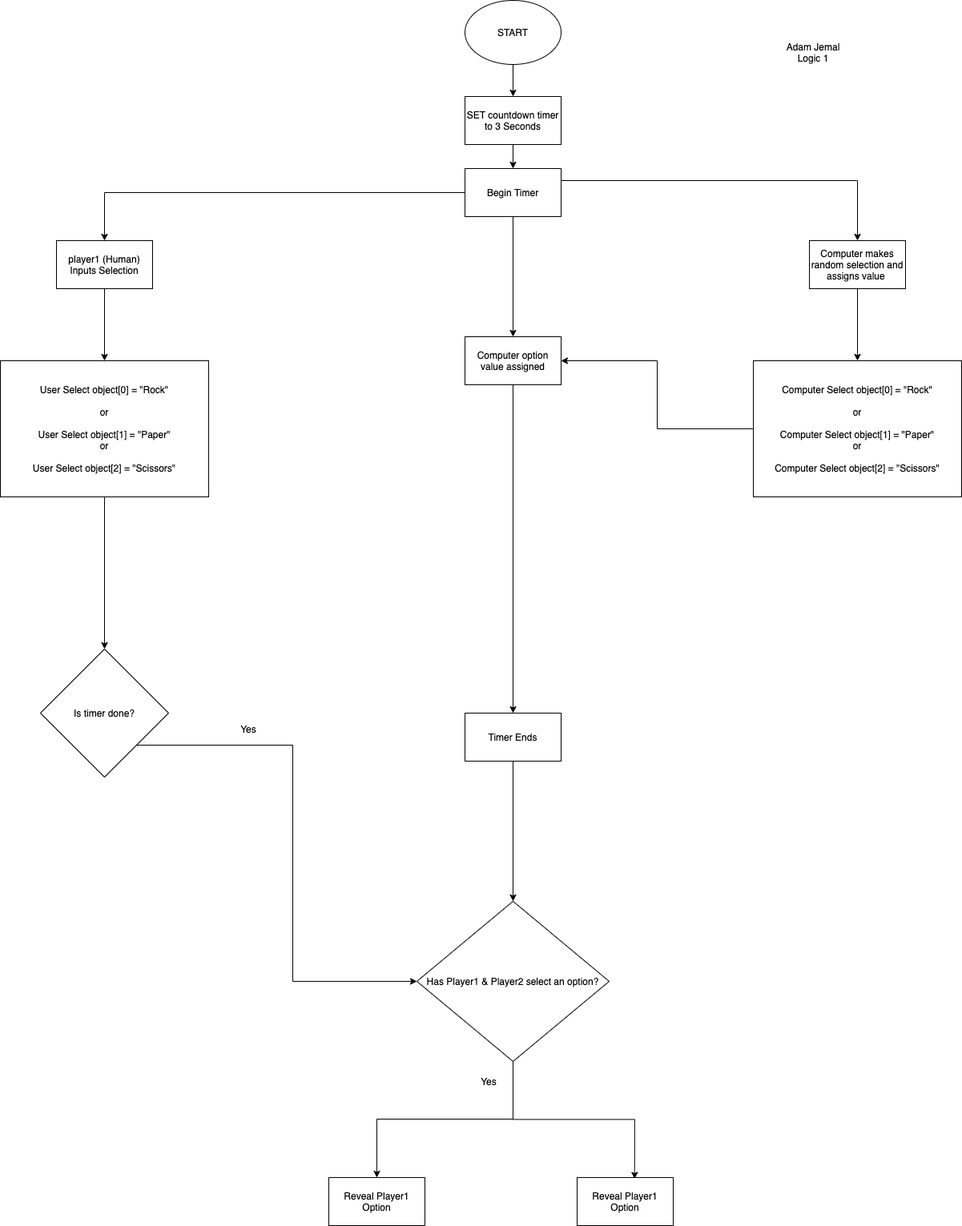
This is rockPaperScissors.png from Adam20058/Rock-Paper-Scissors, a draw.io export, as it was before one commit. Source tidied: cells renumbered, new cells last; positions are measured from the earlier drawing's top-left corner, leaving out a move shared by most shapes.
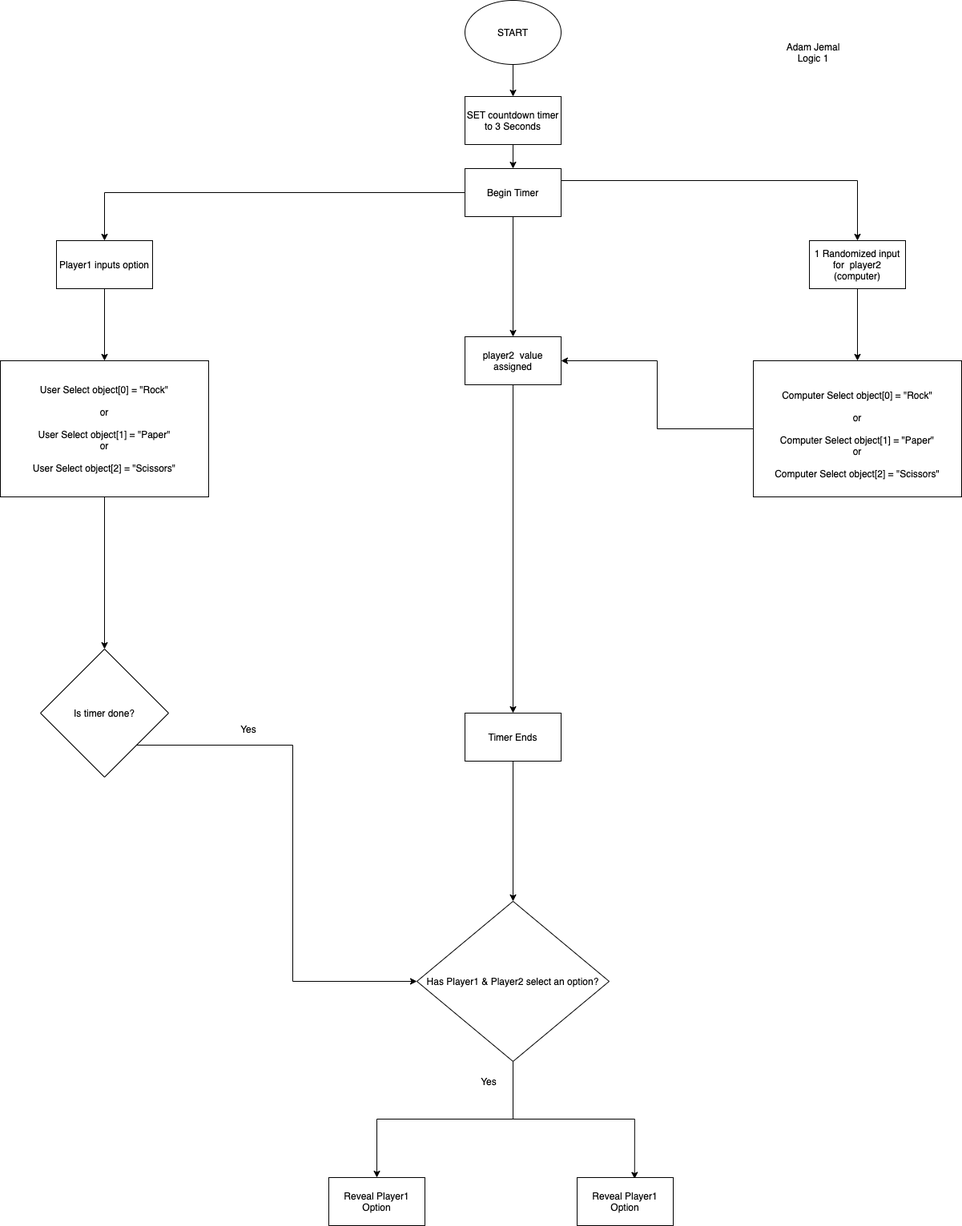
Later version of the same file.

What changed in the source:
```diff
@@ -35,19 +35,19 @@
     <mxCell id="12" style="edgeStyle=orthogonalEdgeStyle;rounded=0;jettySize=auto;html=1;entryX=0.5;entryY=0;entryDx=0;entryDy=0;" parent="1" edge="1" source="13" target="30">
       <mxGeometry relative="1" as="geometry" />
     </mxCell>
-    <mxCell id="13" value="Computer makes random selection and assigns value&amp;nbsp;" style="rounded=0;whiteSpace=wrap;html=1;" parent="1" vertex="1">
+    <mxCell id="13" value="1 Randomized input&lt;br&gt;for&amp;nbsp; player2 (computer)" style="rounded=0;whiteSpace=wrap;html=1;" parent="1" vertex="1">
       <mxGeometry x="1010" y="300" width="120" height="60" as="geometry" />
     </mxCell>
     <mxCell id="14" style="edgeStyle=orthogonalEdgeStyle;rounded=0;jettySize=auto;html=1;exitX=0.5;exitY=1;exitDx=0;exitDy=0;entryX=0.5;entryY=0;entryDx=0;entryDy=0;" parent="1" edge="1" source="15" target="11">
       <mxGeometry relative="1" as="geometry" />
     </mxCell>
-    <mxCell id="15" value="Computer option value assigned" style="rounded=0;whiteSpace=wrap;html=1;" parent="1" vertex="1">
+    <mxCell id="15" value="player2&amp;nbsp; value assigned" style="rounded=0;whiteSpace=wrap;html=1;" parent="1" vertex="1">
       <mxGeometry x="580" y="420" width="120" height="60" as="geometry" />
     </mxCell>
     <mxCell id="16" style="edgeStyle=orthogonalEdgeStyle;rounded=0;jettySize=auto;html=1;exitX=0.5;exitY=1;exitDx=0;exitDy=0;entryX=0.5;entryY=0;entryDx=0;entryDy=0;" parent="1" edge="1" source="17" target="20">
       <mxGeometry relative="1" as="geometry" />
     </mxCell>
-    <mxCell id="17" value="player1 (Human) Inputs Selection" style="rounded=0;whiteSpace=wrap;html=1;" parent="1" vertex="1">
+    <mxCell id="17" value="Player1 inputs option" style="rounded=0;whiteSpace=wrap;html=1;" parent="1" vertex="1">
       <mxGeometry x="70" y="300" width="120" height="60" as="geometry" />
     </mxCell>
     <mxCell id="18" value="Adam Jemal&lt;br&gt;Logic 1" style="text;html=1;strokeColor=none;fillColor=none;align=center;verticalAlign=middle;whiteSpace=wrap;rounded=0;" parent="1" vertex="1">
@@ -68,7 +68,12 @@
       </mxGeometry>
     </mxCell>
     <mxCell id="22" style="edgeStyle=orthogonalEdgeStyle;rounded=0;jettySize=auto;html=1;exitX=0.5;exitY=1;exitDx=0;exitDy=0;entryX=0.598;entryY=0.026;entryDx=0;entryDy=0;entryPerimeter=0;" parent="1" edge="1" source="23" target="28">
-      <mxGeometry relative="1" as="geometry" />
+      <mxGeometry relative="1" as="geometry">
+        <Array as="points">
+          <mxPoint x="640" y="1397" />
+          <mxPoint x="792" y="1397" />
+        </Array>
+      </mxGeometry>
     </mxCell>
     <mxCell id="23" value="Has Player1 &amp;amp; Player2 select an option?" style="rhombus;whiteSpace=wrap;html=1;" parent="1" vertex="1">
       <mxGeometry x="520" y="1125" width="240" height="200" as="geometry" />
@@ -91,7 +96,7 @@
     <mxCell id="29" style="edgeStyle=orthogonalEdgeStyle;rounded=0;jettySize=auto;html=1;exitX=0;exitY=0.5;exitDx=0;exitDy=0;entryX=1;entryY=0.5;entryDx=0;entryDy=0;" parent="1" edge="1" source="30" target="15">
       <mxGeometry relative="1" as="geometry" />
     </mxCell>
-    <mxCell id="30" value="&lt;span&gt;Computer Select object[0] = &quot;Rock&quot;&lt;/span&gt;&lt;br&gt;&lt;br&gt;&lt;span&gt;or&lt;/span&gt;&lt;br&gt;&lt;br&gt;&lt;span&gt;Computer Select object[1] = &quot;Paper&quot;&lt;/span&gt;&lt;br&gt;&lt;span&gt;or&lt;/span&gt;&lt;br&gt;&lt;br&gt;&lt;span&gt;Computer Select object[2] = &quot;Scissors&quot;&lt;/span&gt;" style="rounded=0;whiteSpace=wrap;html=1;" parent="1" vertex="1">
+    <mxCell id="30" value="&lt;span&gt;&lt;br&gt;Computer Select object[0] = &quot;Rock&quot;&lt;/span&gt;&lt;br&gt;&lt;br&gt;&lt;span&gt;or&lt;/span&gt;&lt;br&gt;&lt;br&gt;&lt;span&gt;Computer Select object[1] = &quot;Paper&quot;&lt;/span&gt;&lt;br&gt;&lt;span&gt;or&lt;/span&gt;&lt;br&gt;&lt;br&gt;&lt;span&gt;Computer Select object[2] = &quot;Scissors&quot;&lt;/span&gt;" style="rounded=0;whiteSpace=wrap;html=1;" parent="1" vertex="1">
       <mxGeometry x="940" y="450" width="260" height="170" as="geometry" />
     </mxCell>
     <mxCell id="31" value="Yes" style="text;html=1;strokeColor=none;fillColor=none;align=center;verticalAlign=middle;whiteSpace=wrap;rounded=0;" parent="1" vertex="1">
```
